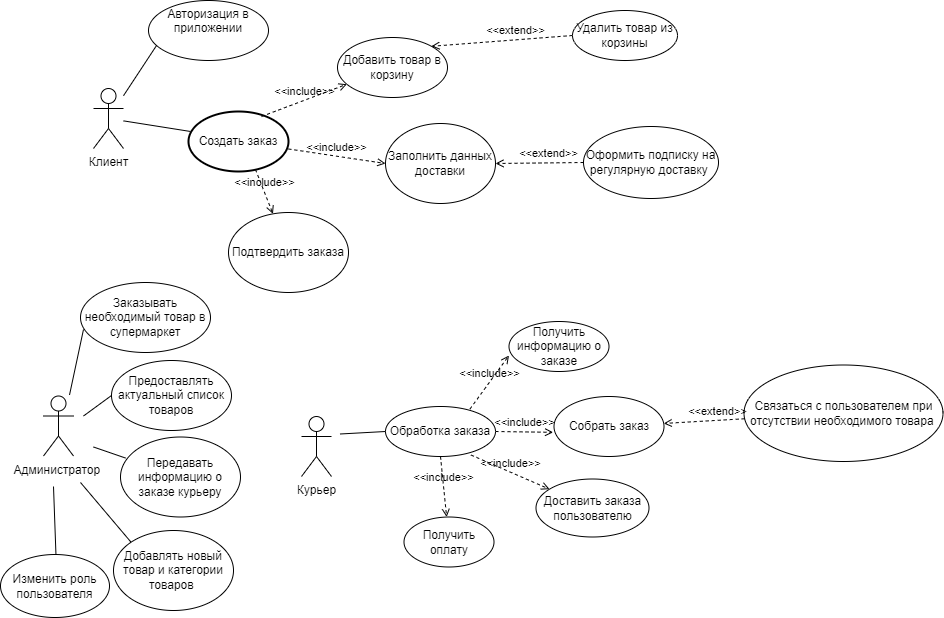
annanaseek/TP-4.1-1 keeps this draw.io diagram as Диаграммы/UseCase.png. Above is the earlier version. Source tidied: cells renumbered, new cells last; positions are measured from the earlier drawing's top-left corner, leaving out a move shared by most shapes.
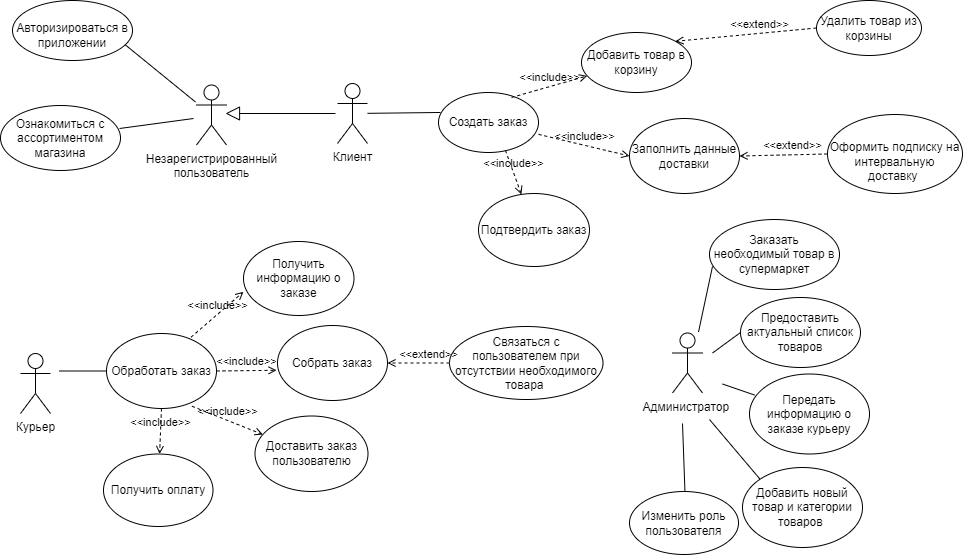
Later version of the same file.

What changed in the source:
```diff
@@ -2,135 +2,155 @@
   <root>
     <mxCell id="0" />
     <mxCell id="1" parent="0" />
-    <mxCell id="2" value="Клиент" style="shape=umlActor;verticalLabelPosition=bottom;verticalAlign=top;html=1;outlineConnect=0;" parent="1" vertex="1">
-      <mxGeometry x="93" y="88" width="30" height="60" as="geometry" />
+    <mxCell id="2" value="Клиент" style="shape=umlActor;verticalLabelPosition=bottom;verticalAlign=top;html=1;outlineConnect=0;strokeWidth=1;" parent="1" vertex="1">
+      <mxGeometry x="335" y="91" width="30" height="60" as="geometry" />
     </mxCell>
-    <mxCell id="3" value="Администратор&amp;nbsp;" style="shape=umlActor;verticalLabelPosition=bottom;verticalAlign=top;html=1;" parent="1" vertex="1">
-      <mxGeometry x="43" y="395.5" width="30" height="60" as="geometry" />
+    <mxCell id="3" value="Администратор&amp;nbsp;" style="shape=umlActor;verticalLabelPosition=bottom;verticalAlign=top;html=1;strokeWidth=1;" parent="1" vertex="1">
+      <mxGeometry x="670" y="340.5" width="30" height="60" as="geometry" />
     </mxCell>
-    <mxCell id="4" value="Авторизация в приложении" style="ellipse;whiteSpace=wrap;html=1;verticalAlign=top;" parent="1" vertex="1">
-      <mxGeometry x="148" width="120" height="60" as="geometry" />
+    <mxCell id="4" value="&lt;br&gt;Авторизироваться в приложении" style="ellipse;whiteSpace=wrap;html=1;verticalAlign=top;strokeWidth=1;" parent="1" vertex="1">
+      <mxGeometry x="10" y="8" width="120" height="60" as="geometry" />
     </mxCell>
-    <mxCell id="5" value="Создать заказ" style="strokeWidth=2;html=1;shape=mxgraph.flowchart.start_1;whiteSpace=wrap;" parent="1" vertex="1">
-      <mxGeometry x="188" y="111" width="100" height="60" as="geometry" />
+    <mxCell id="5" value="Создать заказ" style="strokeWidth=1;html=1;shape=mxgraph.flowchart.start_1;whiteSpace=wrap;" parent="1" vertex="1">
+      <mxGeometry x="436" y="100" width="100" height="60" as="geometry" />
     </mxCell>
-    <mxCell id="6" value="&amp;lt;&amp;lt;include&amp;gt;&amp;gt;" style="html=1;verticalAlign=bottom;labelBackgroundColor=none;endArrow=open;endFill=0;dashed=1;rounded=0;exitX=0.73;exitY=0.083;exitDx=0;exitDy=0;exitPerimeter=0;" parent="1" edge="1" source="5" target="7">
+    <mxCell id="6" value="&amp;lt;&amp;lt;include&amp;gt;&amp;gt;" style="html=1;verticalAlign=bottom;labelBackgroundColor=none;endArrow=open;endFill=0;dashed=1;rounded=0;exitX=0.73;exitY=0.083;exitDx=0;exitDy=0;exitPerimeter=0;strokeWidth=1;" parent="1" edge="1" source="5" target="7">
       <mxGeometry relative="1" as="geometry" />
     </mxCell>
-    <mxCell id="7" value="Добавить товар в корзину" style="ellipse;whiteSpace=wrap;html=1;" parent="1" vertex="1">
-      <mxGeometry x="337" y="37" width="110" height="60" as="geometry" />
+    <mxCell id="7" value="Добавить товар в корзину" style="ellipse;whiteSpace=wrap;html=1;strokeWidth=1;" parent="1" vertex="1">
+      <mxGeometry x="579" y="40" width="110" height="60" as="geometry" />
     </mxCell>
-    <mxCell id="8" value="&amp;lt;&amp;lt;extend&amp;gt;&amp;gt;" style="html=1;verticalAlign=bottom;labelBackgroundColor=none;endArrow=open;endFill=0;dashed=1;rounded=0;entryX=1;entryY=0;entryDx=0;entryDy=0;exitX=0;exitY=0.5;exitDx=0;exitDy=0;" parent="1" edge="1" source="9" target="7">
+    <mxCell id="8" value="&amp;lt;&amp;lt;extend&amp;gt;&amp;gt;" style="html=1;verticalAlign=bottom;labelBackgroundColor=none;endArrow=open;endFill=0;dashed=1;rounded=0;entryX=1;entryY=0;entryDx=0;entryDy=0;exitX=0;exitY=0.5;exitDx=0;exitDy=0;strokeWidth=1;" parent="1" edge="1" source="9" target="7">
       <mxGeometry x="-0.2" relative="1" as="geometry" />
     </mxCell>
-    <mxCell id="9" value="Удалить товар из корзины" style="ellipse;whiteSpace=wrap;html=1;" parent="1" vertex="1">
-      <mxGeometry x="572" y="10" width="105" height="50" as="geometry" />
+    <mxCell id="9" value="Удалить товар из корзины" style="ellipse;whiteSpace=wrap;html=1;strokeWidth=1;" parent="1" vertex="1">
+      <mxGeometry x="814" y="8" width="105" height="55" as="geometry" />
     </mxCell>
-    <mxCell id="10" value="&amp;lt;&amp;lt;include&amp;gt;&amp;gt;" style="html=1;verticalAlign=bottom;labelBackgroundColor=none;endArrow=open;endFill=0;dashed=1;rounded=0;entryX=0;entryY=0.5;entryDx=0;entryDy=0;" parent="1" edge="1" source="5" target="11">
+    <mxCell id="10" value="&amp;lt;&amp;lt;include&amp;gt;&amp;gt;" style="html=1;verticalAlign=bottom;labelBackgroundColor=none;endArrow=open;endFill=0;dashed=1;rounded=0;entryX=0;entryY=0.5;entryDx=0;entryDy=0;strokeWidth=1;" parent="1" edge="1" source="5" target="11">
       <mxGeometry relative="1" as="geometry" />
     </mxCell>
-    <mxCell id="11" value="Заполнить данных доставки" style="ellipse;whiteSpace=wrap;html=1;" parent="1" vertex="1">
-      <mxGeometry x="385" y="123" width="110" height="80" as="geometry" />
+    <mxCell id="11" value="Заполнить данные доставки" style="ellipse;whiteSpace=wrap;html=1;strokeWidth=1;" parent="1" vertex="1">
+      <mxGeometry x="627" y="126" width="110" height="75" as="geometry" />
     </mxCell>
-    <mxCell id="12" value="Оформить подписку на регулярную доставку&amp;nbsp;" style="ellipse;whiteSpace=wrap;html=1;" parent="1" vertex="1">
-      <mxGeometry x="583" y="126" width="135" height="72" as="geometry" />
+    <mxCell id="12" value="&lt;br&gt;Оформить подписку на интервальную доставку&amp;nbsp;" style="ellipse;whiteSpace=wrap;html=1;strokeWidth=1;" parent="1" vertex="1">
+      <mxGeometry x="825" y="122" width="135" height="79" as="geometry" />
     </mxCell>
-    <mxCell id="13" value="&amp;lt;&amp;lt;extend&amp;gt;&amp;gt;" style="html=1;verticalAlign=bottom;labelBackgroundColor=none;endArrow=open;endFill=0;dashed=1;rounded=0;exitX=0;exitY=0.5;exitDx=0;exitDy=0;entryX=1;entryY=0.5;entryDx=0;entryDy=0;" parent="1" edge="1" source="12" target="11">
+    <mxCell id="13" value="&amp;lt;&amp;lt;extend&amp;gt;&amp;gt;" style="html=1;verticalAlign=bottom;labelBackgroundColor=none;endArrow=open;endFill=0;dashed=1;rounded=0;exitX=0;exitY=0.5;exitDx=0;exitDy=0;entryX=1;entryY=0.5;entryDx=0;entryDy=0;strokeWidth=1;" parent="1" edge="1" source="12" target="11">
       <mxGeometry x="-0.2" relative="1" as="geometry" />
     </mxCell>
-    <mxCell id="14" value="Подтвердить заказа" style="ellipse;whiteSpace=wrap;html=1;" parent="1" vertex="1">
-      <mxGeometry x="228" y="212" width="120" height="80" as="geometry" />
+    <mxCell id="14" value="Подтвердить заказ" style="ellipse;whiteSpace=wrap;html=1;strokeWidth=1;" parent="1" vertex="1">
+      <mxGeometry x="476" y="201" width="111" height="73" as="geometry" />
     </mxCell>
-    <mxCell id="15" value="&amp;lt;&amp;lt;include&amp;gt;&amp;gt;" style="html=1;verticalAlign=bottom;labelBackgroundColor=none;endArrow=open;endFill=0;dashed=1;rounded=0;exitX=0.67;exitY=0.967;exitDx=0;exitDy=0;exitPerimeter=0;" parent="1" edge="1" source="5" target="14">
+    <mxCell id="15" value="&amp;lt;&amp;lt;include&amp;gt;&amp;gt;" style="html=1;verticalAlign=bottom;labelBackgroundColor=none;endArrow=open;endFill=0;dashed=1;rounded=0;exitX=0.67;exitY=0.967;exitDx=0;exitDy=0;exitPerimeter=0;strokeWidth=1;" parent="1" edge="1" source="5" target="14">
       <mxGeometry relative="1" as="geometry" />
     </mxCell>
-    <mxCell id="16" value="Предоставлять актуальный список товаров" style="ellipse;whiteSpace=wrap;html=1;" parent="1" vertex="1">
-      <mxGeometry x="111" y="360" width="120" height="70" as="geometry" />
+    <mxCell id="16" value="Предоставить актуальный список товаров" style="ellipse;whiteSpace=wrap;html=1;strokeWidth=1;" parent="1" vertex="1">
+      <mxGeometry x="738" y="305" width="120" height="70" as="geometry" />
     </mxCell>
-    <mxCell id="17" value="Передавать информацию о заказе курьеру" style="ellipse;whiteSpace=wrap;html=1;" parent="1" vertex="1">
-      <mxGeometry x="120" y="436.5" width="120" height="80" as="geometry" />
+    <mxCell id="17" value="Передать информацию о заказе курьеру" style="ellipse;whiteSpace=wrap;html=1;strokeWidth=1;" parent="1" vertex="1">
+      <mxGeometry x="747" y="381.5" width="120" height="80" as="geometry" />
     </mxCell>
-    <mxCell id="18" value="Заказывать необходимый товар в супермаркет" style="ellipse;whiteSpace=wrap;html=1;" parent="1" vertex="1">
-      <mxGeometry x="80" y="282" width="130" height="70" as="geometry" />
+    <mxCell id="18" value="Заказать необходимый товар в супермаркет" style="ellipse;whiteSpace=wrap;html=1;strokeWidth=1;" parent="1" vertex="1">
+      <mxGeometry x="707" y="227" width="130" height="70" as="geometry" />
     </mxCell>
-    <mxCell id="19" value="Курьер" style="shape=umlActor;verticalLabelPosition=bottom;verticalAlign=top;html=1;" parent="1" vertex="1">
-      <mxGeometry x="301" y="416" width="30" height="60" as="geometry" />
+    <mxCell id="19" value="Курьер" style="shape=umlActor;verticalLabelPosition=bottom;verticalAlign=top;html=1;strokeWidth=1;" parent="1" vertex="1">
+      <mxGeometry x="18" y="361" width="30" height="60" as="geometry" />
     </mxCell>
-    <mxCell id="20" value="Получить информацию о заказе" style="ellipse;whiteSpace=wrap;html=1;" parent="1" vertex="1">
-      <mxGeometry x="508.5" y="321" width="100" height="50" as="geometry" />
+    <mxCell id="20" value="Получить информацию о заказе" style="ellipse;whiteSpace=wrap;html=1;strokeWidth=1;" parent="1" vertex="1">
+      <mxGeometry x="241" y="249" width="110.5" height="74" as="geometry" />
     </mxCell>
-    <mxCell id="21" value="&amp;lt;&amp;lt;include&amp;gt;&amp;gt;" style="html=1;verticalAlign=bottom;labelBackgroundColor=none;endArrow=open;endFill=0;dashed=1;rounded=0;exitX=1;exitY=0.5;exitDx=0;exitDy=0;entryX=-0.008;entryY=0.597;entryDx=0;entryDy=0;entryPerimeter=0;" parent="1" edge="1" source="25" target="22">
+    <mxCell id="21" value="&amp;lt;&amp;lt;include&amp;gt;&amp;gt;" style="html=1;verticalAlign=bottom;labelBackgroundColor=none;endArrow=open;endFill=0;dashed=1;rounded=0;exitX=1;exitY=0.5;exitDx=0;exitDy=0;entryX=-0.008;entryY=0.597;entryDx=0;entryDy=0;entryPerimeter=0;strokeWidth=1;" parent="1" edge="1" source="25" target="22">
       <mxGeometry relative="1" as="geometry" />
     </mxCell>
-    <mxCell id="22" value="Собрать заказ" style="ellipse;whiteSpace=wrap;html=1;" parent="1" vertex="1">
-      <mxGeometry x="553.5" y="396" width="110" height="60" as="geometry" />
+    <mxCell id="22" value="Собрать заказ" style="ellipse;whiteSpace=wrap;html=1;strokeWidth=1;" parent="1" vertex="1">
+      <mxGeometry x="275" y="333" width="110" height="75" as="geometry" />
     </mxCell>
-    <mxCell id="23" value="Связаться с пользователем при отсутствии необходимого товара&amp;nbsp;" style="ellipse;whiteSpace=wrap;html=1;" parent="1" vertex="1">
-      <mxGeometry x="743.5" y="364.5" width="199" height="96.5" as="geometry" />
+    <mxCell id="23" value="Связаться с пользователем при отсутствии необходимого товара&amp;nbsp;" style="ellipse;whiteSpace=wrap;html=1;strokeWidth=1;" parent="1" vertex="1">
+      <mxGeometry x="447" y="334" width="153.5" height="73" as="geometry" />
     </mxCell>
-    <mxCell id="24" value="&amp;lt;&amp;lt;extend&amp;gt;&amp;gt;" style="html=1;verticalAlign=bottom;labelBackgroundColor=none;endArrow=open;endFill=0;dashed=1;rounded=0;" parent="1" edge="1" source="23" target="22">
+    <mxCell id="24" value="&amp;lt;&amp;lt;extend&amp;gt;&amp;gt;" style="html=1;verticalAlign=bottom;labelBackgroundColor=none;endArrow=open;endFill=0;dashed=1;rounded=0;strokeWidth=1;" parent="1" edge="1" source="23" target="22">
       <mxGeometry x="-0.33" relative="1" as="geometry" />
     </mxCell>
-    <mxCell id="25" value="Обработка заказа" style="ellipse;whiteSpace=wrap;html=1;" parent="1" vertex="1">
-      <mxGeometry x="385" y="406" width="110" height="50" as="geometry" />
+    <mxCell id="25" value="Обработать заказ" style="ellipse;whiteSpace=wrap;html=1;strokeWidth=1;" parent="1" vertex="1">
+      <mxGeometry x="104" y="341" width="110" height="75" as="geometry" />
     </mxCell>
-    <mxCell id="26" value="&amp;lt;&amp;lt;include&amp;gt;&amp;gt;" style="html=1;verticalAlign=bottom;labelBackgroundColor=none;endArrow=open;endFill=0;dashed=1;rounded=0;exitX=0.768;exitY=0.05;exitDx=0;exitDy=0;entryX=0;entryY=0.68;entryDx=0;entryDy=0;entryPerimeter=0;exitPerimeter=0;" parent="1" edge="1" source="25" target="20">
+    <mxCell id="26" value="&amp;lt;&amp;lt;include&amp;gt;&amp;gt;" style="html=1;verticalAlign=bottom;labelBackgroundColor=none;endArrow=open;endFill=0;dashed=1;rounded=0;exitX=0.768;exitY=0.05;exitDx=0;exitDy=0;entryX=0;entryY=0.68;entryDx=0;entryDy=0;entryPerimeter=0;exitPerimeter=0;strokeWidth=1;" parent="1" edge="1" source="25" target="20">
       <mxGeometry relative="1" as="geometry" />
     </mxCell>
-    <mxCell id="27" value="&amp;lt;&amp;lt;include&amp;gt;&amp;gt;" style="html=1;verticalAlign=bottom;labelBackgroundColor=none;endArrow=open;endFill=0;dashed=1;rounded=0;exitX=0.777;exitY=0.97;exitDx=0;exitDy=0;exitPerimeter=0;" parent="1" edge="1" source="25" target="28">
+    <mxCell id="27" value="&amp;lt;&amp;lt;include&amp;gt;&amp;gt;" style="html=1;verticalAlign=bottom;labelBackgroundColor=none;endArrow=open;endFill=0;dashed=1;rounded=0;exitX=0.777;exitY=0.97;exitDx=0;exitDy=0;exitPerimeter=0;strokeWidth=1;" parent="1" edge="1" source="25" target="28">
       <mxGeometry relative="1" as="geometry" />
     </mxCell>
-    <mxCell id="28" value="Доставить заказа пользователю" style="ellipse;whiteSpace=wrap;html=1;" parent="1" vertex="1">
-      <mxGeometry x="535.5" y="478.5" width="113" height="58" as="geometry" />
+    <mxCell id="28" value="Доставить заказ пользователю" style="ellipse;whiteSpace=wrap;html=1;strokeWidth=1;" parent="1" vertex="1">
+      <mxGeometry x="252.5" y="423.5" width="113" height="75.5" as="geometry" />
     </mxCell>
-    <mxCell id="29" value="&amp;lt;&amp;lt;include&amp;gt;&amp;gt;" style="html=1;verticalAlign=bottom;labelBackgroundColor=none;endArrow=open;endFill=0;dashed=1;rounded=0;exitX=0.5;exitY=1;exitDx=0;exitDy=0;" parent="1" edge="1" source="25" target="30">
+    <mxCell id="29" value="&amp;lt;&amp;lt;include&amp;gt;&amp;gt;" style="html=1;verticalAlign=bottom;labelBackgroundColor=none;endArrow=open;endFill=0;dashed=1;rounded=0;exitX=0.5;exitY=1;exitDx=0;exitDy=0;strokeWidth=1;" parent="1" edge="1" source="25" target="30">
       <mxGeometry relative="1" as="geometry" />
     </mxCell>
-    <mxCell id="30" value="Получить оплату" style="ellipse;whiteSpace=wrap;html=1;" parent="1" vertex="1">
-      <mxGeometry x="403.5" y="516.5" width="90" height="50" as="geometry" />
+    <mxCell id="30" value="Получить оплату" style="ellipse;whiteSpace=wrap;html=1;strokeWidth=1;" parent="1" vertex="1">
+      <mxGeometry x="101" y="461.5" width="109.5" height="72.5" as="geometry" />
     </mxCell>
-    <mxCell id="31" style="endArrow=none;html=1;rounded=0;entryX=0.067;entryY=0.75;entryDx=0;entryDy=0;entryPerimeter=0;" parent="1" edge="1" source="2" target="4">
-      <mxGeometry relative="1" as="geometry" />
-    </mxCell>
-    <mxCell id="32" style="endArrow=none;html=1;rounded=0;entryX=0.02;entryY=0.333;entryDx=0;entryDy=0;entryPerimeter=0;" parent="1" edge="1" source="2" target="5">
+    <mxCell id="32" style="endArrow=none;html=1;rounded=0;entryX=0.02;entryY=0.333;entryDx=0;entryDy=0;entryPerimeter=0;strokeWidth=1;" parent="1" edge="1" source="2" target="5">
       <mxGeometry relative="1" as="geometry" />
     </mxCell>
-    <mxCell id="33" style="endArrow=none;html=1;rounded=0;entryX=0.023;entryY=0.671;entryDx=0;entryDy=0;entryPerimeter=0;" parent="1" edge="1" target="18">
+    <mxCell id="33" style="endArrow=none;html=1;rounded=0;entryX=0.023;entryY=0.671;entryDx=0;entryDy=0;entryPerimeter=0;strokeWidth=1;" parent="1" edge="1" target="18">
       <mxGeometry relative="1" as="geometry">
-        <mxPoint x="69" y="394.5" as="sourcePoint" />
+        <mxPoint x="696" y="339.5" as="sourcePoint" />
       </mxGeometry>
     </mxCell>
-    <mxCell id="34" style="endArrow=none;html=1;rounded=0;entryX=0;entryY=0.5;entryDx=0;entryDy=0;" parent="1" edge="1" target="16">
+    <mxCell id="34" style="endArrow=none;html=1;rounded=0;entryX=0;entryY=0.5;entryDx=0;entryDy=0;strokeWidth=1;" parent="1" edge="1" target="16">
       <mxGeometry relative="1" as="geometry">
-        <mxPoint x="83" y="415.5" as="sourcePoint" />
+        <mxPoint x="710" y="360.5" as="sourcePoint" />
       </mxGeometry>
     </mxCell>
-    <mxCell id="35" style="endArrow=none;html=1;rounded=0;entryX=0.042;entryY=0.263;entryDx=0;entryDy=0;entryPerimeter=0;" parent="1" edge="1" target="17">
+    <mxCell id="35" style="endArrow=none;html=1;rounded=0;entryX=0.042;entryY=0.263;entryDx=0;entryDy=0;entryPerimeter=0;strokeWidth=1;" parent="1" edge="1" target="17">
       <mxGeometry relative="1" as="geometry">
-        <mxPoint x="93" y="446.5" as="sourcePoint" />
+        <mxPoint x="720" y="391.5" as="sourcePoint" />
       </mxGeometry>
     </mxCell>
-    <mxCell id="36" style="endArrow=none;html=1;rounded=0;entryX=0;entryY=0.5;entryDx=0;entryDy=0;" parent="1" edge="1" target="25">
+    <mxCell id="36" style="endArrow=none;html=1;rounded=0;entryX=0;entryY=0.5;entryDx=0;entryDy=0;strokeWidth=1;" parent="1" edge="1" target="25">
       <mxGeometry relative="1" as="geometry">
-        <mxPoint x="339.5" y="433.5" as="sourcePoint" />
+        <mxPoint x="56.5" y="378.5" as="sourcePoint" />
       </mxGeometry>
     </mxCell>
-    <mxCell id="37" style="endArrow=none;html=1;rounded=0;entryX=0;entryY=0;entryDx=0;entryDy=0;" parent="1" edge="1" target="38">
+    <mxCell id="37" style="endArrow=none;html=1;rounded=0;entryX=0;entryY=0;entryDx=0;entryDy=0;strokeWidth=1;" parent="1" edge="1" target="38">
       <mxGeometry relative="1" as="geometry">
-        <mxPoint x="80" y="482" as="sourcePoint" />
+        <mxPoint x="707" y="427" as="sourcePoint" />
       </mxGeometry>
     </mxCell>
-    <mxCell id="38" value="Добавлять новый товар и категории товаров&amp;nbsp;" style="ellipse;whiteSpace=wrap;html=1;" parent="1" vertex="1">
-      <mxGeometry x="113" y="530" width="120" height="80" as="geometry" />
+    <mxCell id="38" value="Добавить новый товар и категории товаров&amp;nbsp;" style="ellipse;whiteSpace=wrap;html=1;strokeWidth=1;" parent="1" vertex="1">
+      <mxGeometry x="740" y="475" width="120" height="80" as="geometry" />
     </mxCell>
-    <mxCell id="39" style="endArrow=none;html=1;rounded=0;exitX=0.408;exitY=0;exitDx=0;exitDy=0;exitPerimeter=0;" parent="1" edge="1">
+    <mxCell id="39" style="endArrow=none;html=1;rounded=0;exitX=0.408;exitY=0;exitDx=0;exitDy=0;exitPerimeter=0;strokeWidth=1;" parent="1" edge="1">
       <mxGeometry relative="1" as="geometry">
-        <mxPoint x="57.5" y="610" as="sourcePoint" />
-        <mxPoint x="53" y="486" as="targetPoint" />
+        <mxPoint x="684.5" y="555" as="sourcePoint" />
+        <mxPoint x="680" y="431" as="targetPoint" />
       </mxGeometry>
     </mxCell>
-    <mxCell id="40" value="Изменить роль пользователя" style="ellipse;whiteSpace=wrap;html=1;" parent="1" vertex="1">
-      <mxGeometry y="554" width="109" height="63" as="geometry" />
+    <mxCell id="40" value="Изменить роль пользователя" style="ellipse;whiteSpace=wrap;html=1;strokeWidth=1;" parent="1" vertex="1">
+      <mxGeometry x="627" y="499" width="109" height="63" as="geometry" />
     </mxCell>
+    <mxCell id="41" value="Незарегистрированный&lt;br&gt;пользователь" style="shape=umlActor;verticalLabelPosition=bottom;verticalAlign=top;html=1;" parent="1" vertex="1">
+      <mxGeometry x="194" y="92.5" width="30" height="60" as="geometry" />
+    </mxCell>
+    <mxCell id="42" value="Ознакомиться с ассортиментом магазина" style="ellipse;whiteSpace=wrap;html=1;" parent="1" vertex="1">
+      <mxGeometry x="-2" y="113" width="120" height="65" as="geometry" />
+    </mxCell>
+    <mxCell id="43" style="endArrow=none;html=1;rounded=0;exitX=0.975;exitY=0.694;exitDx=0;exitDy=0;exitPerimeter=0;" parent="1" edge="1">
+      <mxGeometry relative="1" as="geometry">
+        <mxPoint x="123" y="52.5" as="sourcePoint" />
+        <mxPoint x="193" y="109.5" as="targetPoint" />
+      </mxGeometry>
+    </mxCell>
+    <mxCell id="44" style="endArrow=none;html=1;rounded=0;entryX=0.992;entryY=0.354;entryDx=0;entryDy=0;entryPerimeter=0;" parent="1" edge="1" target="42">
+      <mxGeometry relative="1" as="geometry">
+        <mxPoint x="191" y="126" as="sourcePoint" />
+      </mxGeometry>
+    </mxCell>
+    <mxCell id="45" style="endArrow=block;endFill=0;endSize=12;html=1;rounded=0;" parent="1" edge="1">
+      <mxGeometry relative="1" as="geometry">
+        <mxPoint x="333" y="121" as="sourcePoint" />
+        <mxPoint x="223" y="121" as="targetPoint" />
+      </mxGeometry>
+    </mxCell>
   </root>
 </mxGraphModel>
```
